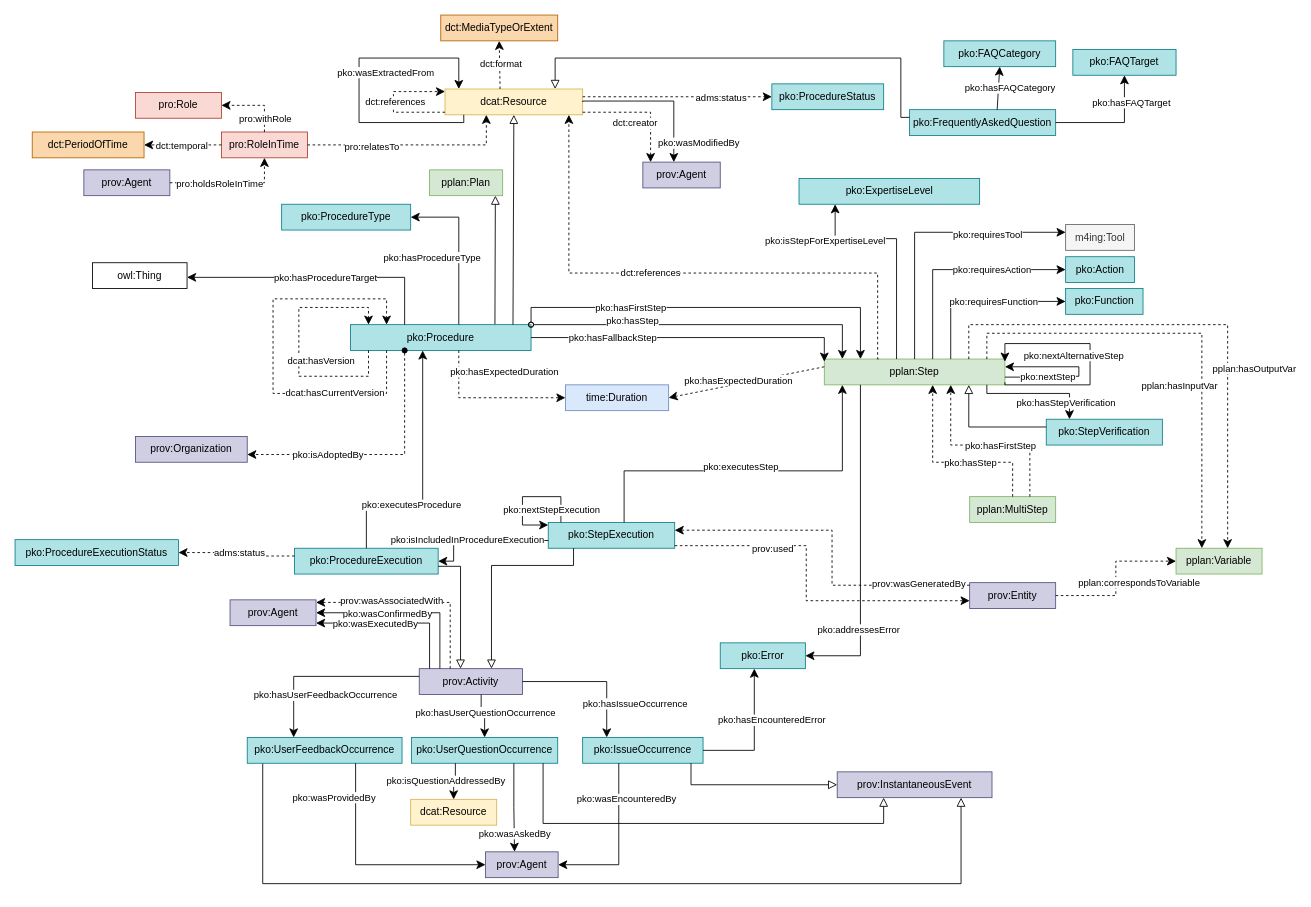
perks-project/pk-ontology keeps this draw.io diagram as page "pko-short" (2 of 3) of ontology/pko.drawio. Above is the earlier version. Source tidied: cells renumbered, new cells numbered last; positions are measured from the earlier drawing's top-left corner, leaving out a move shared by most shapes. Both pictures are drawn from the tidied source at 86%, with x=0, y=0 at pixel (15, 15).
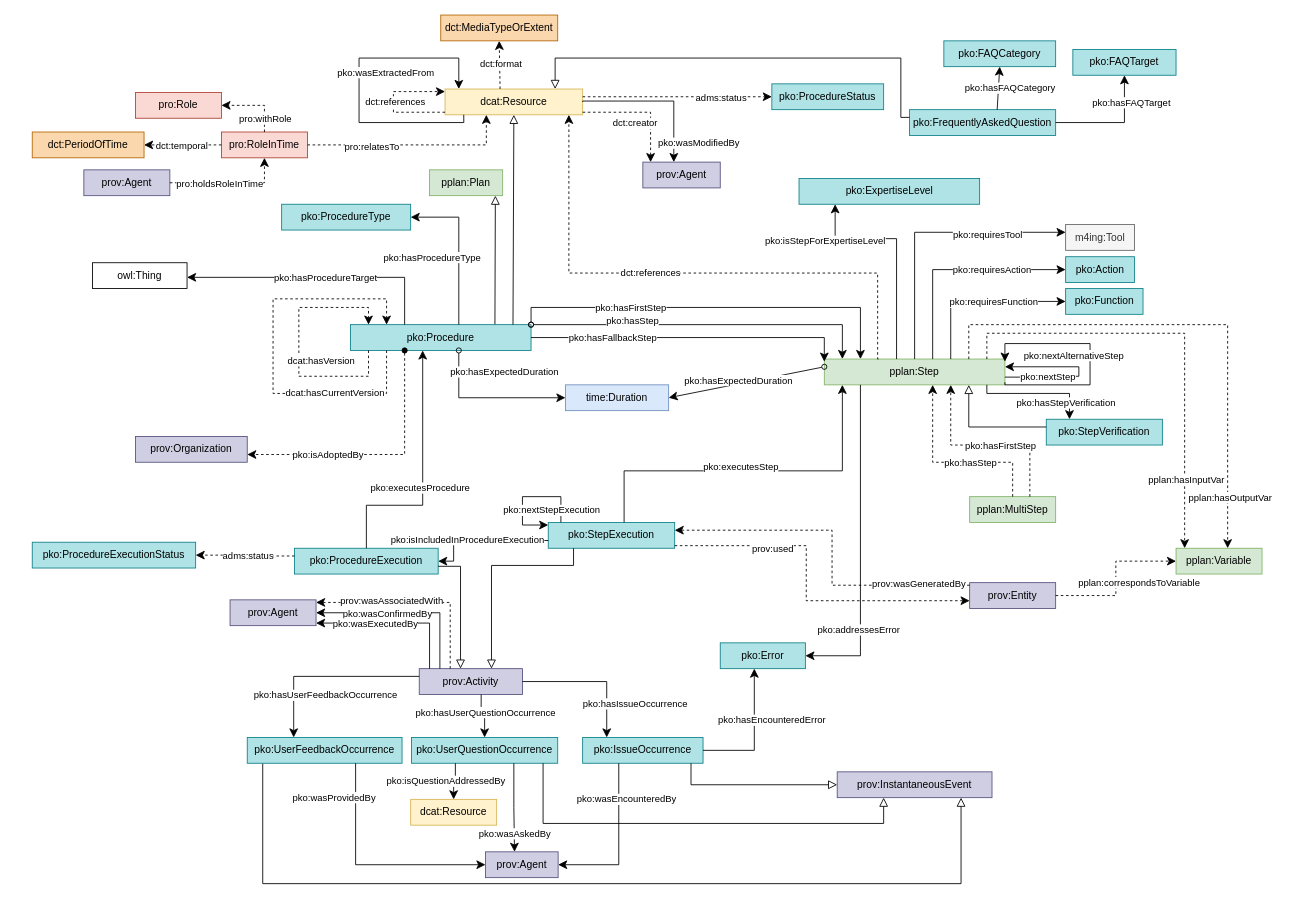
After the change.

Unchanged cells that the change refers to:
```xml
<mxCell id="4" value="pko:Procedure" style="rounded=0;whiteSpace=wrap;html=1;snapToPoint=1;points=[[0.1,0],[0.2,0],[0.3,0],[0.4,0],[0.5,0],[0.6,0],[0.7,0],[0.8,0],[0.9,0],[0,0.1],[0,0.3],[0,0.5],[0,0.7],[0,0.9],[0.1,1],[0.2,1],[0.3,1],[0.4,1],[0.5,1],[0.6,1],[0.7,1],[0.8,1],[0.9,1],[1,0.1],[1,0.3],[1,0.5],[1,0.7],[1,0.9]];fillColor=#b0e3e6;strokeColor=#0e8088;" parent="1" vertex="1">
  <mxGeometry x="390" y="360" width="210" height="30" as="geometry" />
</mxCell>
<mxCell id="11" value="pplan:Step" style="rounded=0;whiteSpace=wrap;html=1;snapToPoint=1;points=[[0.1,0],[0.2,0],[0.3,0],[0.4,0],[0.5,0],[0.6,0],[0.7,0],[0.8,0],[0.9,0],[0,0.1],[0,0.3],[0,0.5],[0,0.7],[0,0.9],[0.1,1],[0.2,1],[0.3,1],[0.4,1],[0.5,1],[0.6,1],[0.7,1],[0.8,1],[0.9,1],[1,0.1],[1,0.3],[1,0.5],[1,0.7],[1,0.9]];fillColor=#d5e8d4;strokeColor=#82b366;" parent="1" vertex="1">
  <mxGeometry x="941" y="400" width="210" height="30" as="geometry" />
</mxCell>
<mxCell id="17" value="pplan:Variable" style="rounded=0;whiteSpace=wrap;html=1;snapToPoint=1;points=[[0.1,0],[0.2,0],[0.3,0],[0.4,0],[0.5,0],[0.6,0],[0.7,0],[0.8,0],[0.9,0],[0,0.1],[0,0.3],[0,0.5],[0,0.7],[0,0.9],[0.1,1],[0.2,1],[0.3,1],[0.4,1],[0.5,1],[0.6,1],[0.7,1],[0.8,1],[0.9,1],[1,0.1],[1,0.3],[1,0.5],[1,0.7],[1,0.9]];fillColor=#d5e8d4;strokeColor=#82b366;" parent="1" vertex="1">
  <mxGeometry x="1350" y="620" width="100" height="30" as="geometry" />
</mxCell>
<mxCell id="18" style="endArrow=classic;html=1;endSize=8;arcSize=0;rounded=0;dashed=1;entryX=0.6;entryY=0;entryDx=0;entryDy=0;exitX=0.8;exitY=0;exitDx=0;exitDy=0;edgeStyle=orthogonalEdgeStyle;" parent="1" edge="1" source="11" target="17">
  <mxGeometry relative="1" as="geometry">
    <Array as="points">
      <mxPoint x="1109" y="360" />
      <mxPoint x="1410" y="360" />
    </Array>
  </mxGeometry>
</mxCell>
<mxCell id="43" style="endArrow=classic;html=1;endSize=8;arcSize=0;rounded=0;exitX=0.5;exitY=0;exitDx=0;exitDy=0;edgeStyle=orthogonalEdgeStyle;entryX=0.4;entryY=1;entryDx=0;entryDy=0;" parent="1" edge="1" source="39" target="4">
  <mxGeometry relative="1" as="geometry">
    <Array as="points">
      <mxPoint x="409" y="570" />
      <mxPoint x="474" y="570" />
    </Array>
  </mxGeometry>
</mxCell>
<mxCell id="47" value="time:Duration" style="rounded=0;whiteSpace=wrap;html=1;snapToPoint=1;points=[[0.1,0],[0.2,0],[0.3,0],[0.4,0],[0.5,0],[0.6,0],[0.7,0],[0.8,0],[0.9,0],[0,0.1],[0,0.3],[0,0.5],[0,0.7],[0,0.9],[0.1,1],[0.2,1],[0.3,1],[0.4,1],[0.5,1],[0.6,1],[0.7,1],[0.8,1],[0.9,1],[1,0.1],[1,0.3],[1,0.5],[1,0.7],[1,0.9]];fillColor=#dae8fc;strokeColor=#6c8ebf;" parent="1" vertex="1">
  <mxGeometry x="640" y="430" width="120" height="30" as="geometry" />
</mxCell>
<mxCell id="87" style="endArrow=classic;html=1;exitX=0;exitY=0.3;exitDx=0;exitDy=0;endSize=8;arcSize=0;rounded=0;entryX=1;entryY=0.5;entryDx=0;entryDy=0;dashed=1;edgeStyle=orthogonalEdgeStyle;" parent="1" edge="1" source="39" target="86">
  <mxGeometry relative="1" as="geometry" />
</mxCell>
```

The edit, as a diff of the source:
```diff
@@
     <mxCell id="19" value="&lt;div&gt;pplan:hasOutputVar&lt;/div&gt;" style="edgeLabel;html=1;align=center;verticalAlign=middle;" parent="18" vertex="1">
       <mxGeometry x="-0.19" y="-1" relative="1" as="geometry">
-        <mxPoint x="128" y="49" as="offset" />
+        <mxPoint x="100" y="199" as="offset" />
       </mxGeometry>
     </mxCell>
-    <mxCell id="20" style="endArrow=classic;html=1;endSize=8;arcSize=0;rounded=0;dashed=1;entryX=0.3;entryY=0;entryDx=0;entryDy=0;edgeStyle=orthogonalEdgeStyle;" parent="1" edge="1" target="17">
+    <mxCell id="20" style="endArrow=classic;html=1;endSize=8;arcSize=0;rounded=0;dashed=1;entryX=0.1;entryY=0;entryDx=0;entryDy=0;edgeStyle=orthogonalEdgeStyle;" parent="1" edge="1" target="17">
       <mxGeometry relative="1" as="geometry">
         <mxPoint x="1130" y="400" as="sourcePoint" />
         <Array as="points">
           <mxPoint x="1130" y="370" />
-          <mxPoint x="1380" y="370" />
+          <mxPoint x="1360" y="370" />
         </Array>
       </mxGeometry>
     </mxCell>
     <mxCell id="21" value="&lt;div&gt;pplan:hasInputVar&lt;/div&gt;" style="edgeLabel;html=1;align=center;verticalAlign=middle;" parent="20" vertex="1">
       <mxGeometry x="-0.19" y="-1" relative="1" as="geometry">
-        <mxPoint x="38" y="59" as="offset" />
+        <mxPoint x="54" y="169" as="offset" />
       </mxGeometry>
     </mxCell>
@@
     <mxCell id="44" value="&lt;div&gt;pko:executesProcedure&lt;/div&gt;" style="edgeLabel;html=1;align=center;verticalAlign=middle;" parent="43" vertex="1">
       <mxGeometry x="-0.19" y="-1" relative="1" as="geometry">
-        <mxPoint x="-15" y="4" as="offset" />
+        <mxPoint x="-5" y="-16" as="offset" />
       </mxGeometry>
     </mxCell>
@@
-    <mxCell id="48" style="endArrow=classic;html=1;endSize=8;arcSize=0;rounded=0;edgeStyle=orthogonalEdgeStyle;entryX=0;entryY=0.5;entryDx=0;entryDy=0;exitX=0.6;exitY=1;exitDx=0;exitDy=0;dashed=1;" parent="1" edge="1" source="4" target="47">
+    <mxCell id="48" style="endArrow=classic;html=1;endSize=8;arcSize=0;rounded=0;edgeStyle=orthogonalEdgeStyle;entryX=0;entryY=0.5;entryDx=0;entryDy=0;exitX=0.6;exitY=1;exitDx=0;exitDy=0;startArrow=oval;startFill=0;" parent="1" edge="1" source="4" target="47">
       <mxGeometry relative="1" as="geometry">
         <Array as="points">
           <mxPoint x="516" y="445" />
         </Array>
       </mxGeometry>
     </mxCell>
@@
-    <mxCell id="50" style="endArrow=classic;html=1;endSize=8;arcSize=0;rounded=0;entryX=1;entryY=0.5;entryDx=0;entryDy=0;exitX=0;exitY=0.3;exitDx=0;exitDy=0;dashed=1;" parent="1" edge="1" source="11" target="47">
+    <mxCell id="50" style="endArrow=classic;html=1;endSize=8;arcSize=0;rounded=0;entryX=1;entryY=0.5;entryDx=0;entryDy=0;exitX=0;exitY=0.3;exitDx=0;exitDy=0;startArrow=oval;startFill=0;" parent="1" edge="1" source="11" target="47">
       <mxGeometry relative="1" as="geometry" />
     </mxCell>
@@
     <mxCell id="86" value="pko:ProcedureExecutionStatus" style="rounded=0;whiteSpace=wrap;html=1;snapToPoint=1;points=[[0.1,0],[0.2,0],[0.3,0],[0.4,0],[0.5,0],[0.6,0],[0.7,0],[0.8,0],[0.9,0],[0,0.1],[0,0.3],[0,0.5],[0,0.7],[0,0.9],[0.1,1],[0.2,1],[0.3,1],[0.4,1],[0.5,1],[0.6,1],[0.7,1],[0.8,1],[0.9,1],[1,0.1],[1,0.3],[1,0.5],[1,0.7],[1,0.9]];fillColor=#b0e3e6;strokeColor=#0e8088;" parent="1" vertex="1">
-      <mxGeometry y="610" width="190" height="30" as="geometry" />
+      <mxGeometry x="20" y="613" width="190" height="30" as="geometry" />
     </mxCell>
@@
     <mxCell id="88" value="&lt;div&gt;adms:status&lt;/div&gt;" style="edgeLabel;html=1;align=center;verticalAlign=middle;" parent="87" vertex="1">
       <mxGeometry x="-0.19" y="-1" relative="1" as="geometry">
-        <mxPoint x="-9" y="-3" as="offset" />
+        <mxPoint x="-8" as="offset" />
       </mxGeometry>
     </mxCell>
```
